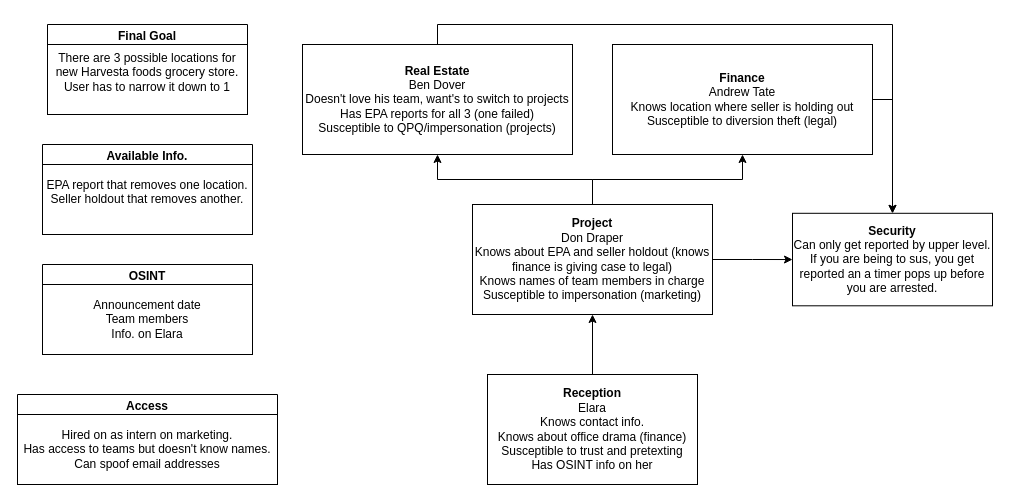
The draw.io diagram APITests/OpenAI/Story.drawio in BYU-ECE-Software/BAIT, before the edit. Source tidied: cells renumbered, new cells numbered last; positions are measured from the earlier drawing's top-left corner, leaving out a move shared by most shapes. Both pictures are drawn from the tidied source at 100%, with x=0, y=0 at pixel (17, 24).
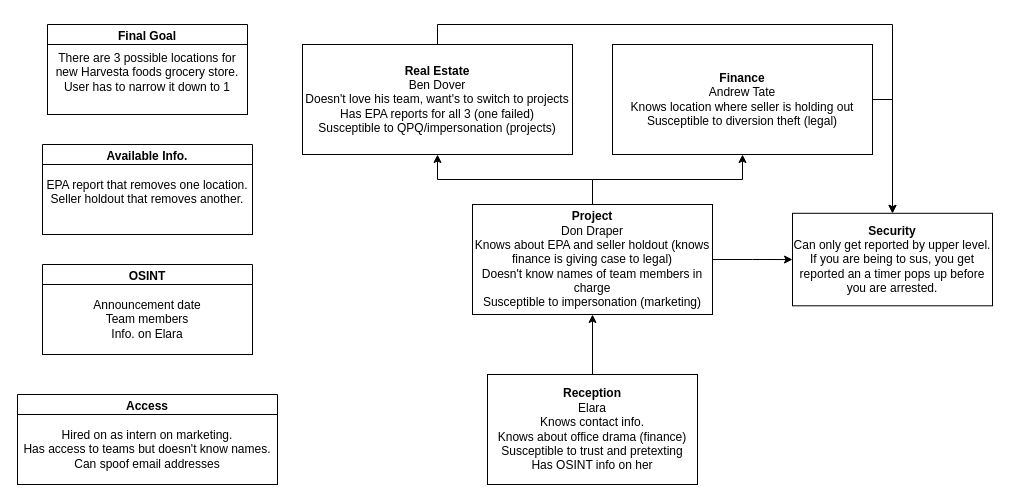
After the change.

The edit, as a diff of the source:
```diff
@@
-    <mxCell id="7" value="&lt;div&gt;&lt;b&gt;Project&lt;/b&gt;&lt;/div&gt;&lt;div&gt;Don Draper&lt;/div&gt;&lt;div&gt;Knows about EPA and seller holdout (knows finance is giving case to legal)&lt;br&gt;&lt;/div&gt;&lt;div&gt;Knows names of team members in charge&lt;br&gt;&lt;/div&gt;&lt;div&gt;Susceptible to impersonation (marketing)&lt;br&gt;&lt;/div&gt;" style="rounded=0;whiteSpace=wrap;html=1;" parent="1" vertex="1">
+    <mxCell id="7" value="&lt;div&gt;&lt;b&gt;Project&lt;/b&gt;&lt;/div&gt;&lt;div&gt;Don Draper&lt;/div&gt;&lt;div&gt;Knows about EPA and seller holdout (knows finance is giving case to legal)&lt;br&gt;&lt;/div&gt;&lt;div&gt;Doesn't know names of team members in charge&lt;br&gt;&lt;/div&gt;&lt;div&gt;Susceptible to impersonation (marketing)&lt;br&gt;&lt;/div&gt;" style="rounded=0;whiteSpace=wrap;html=1;" parent="1" vertex="1">
       <mxGeometry x="455" y="180" width="240" height="110" as="geometry" />
     </mxCell>
```
